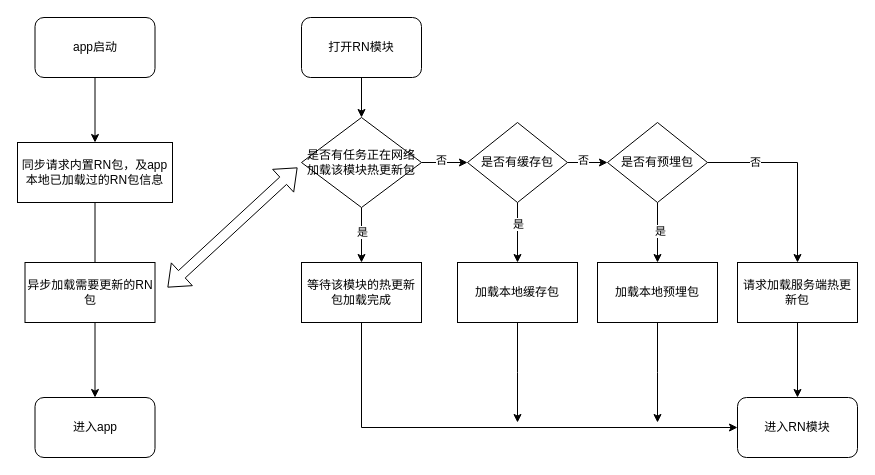
Above: app更新三.drawio in markweng/drawio (draw.io), before the change. Source tidied: cells renumbered, new cells numbered last; positions are measured from the earlier drawing's top-left corner, leaving out a move shared by most shapes. Both pictures are drawn from the tidied source at 100%, with x=0, y=0 at pixel (17, 17).
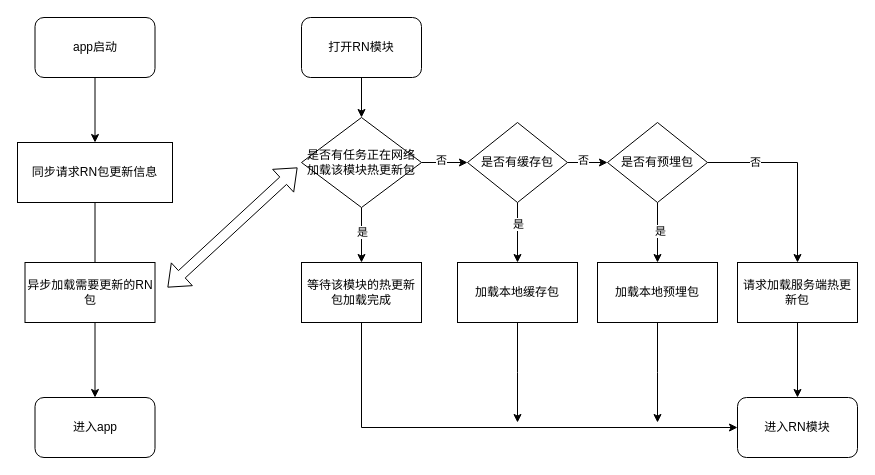
After the change.

Commit message:
更新app更新三.drawio

The edit, as a diff of the source:
```diff
@@
-    <mxCell id="5" value="同步请求内置RN包，及app本地已加载过的RN包信息" style="rounded=0;whiteSpace=wrap;html=1;" parent="1" vertex="1">
+    <mxCell id="5" value="同步请求RN包更新信息" style="rounded=0;whiteSpace=wrap;html=1;" parent="1" vertex="1">
       <mxGeometry y="125" width="155" height="60" as="geometry" />
     </mxCell>
```
